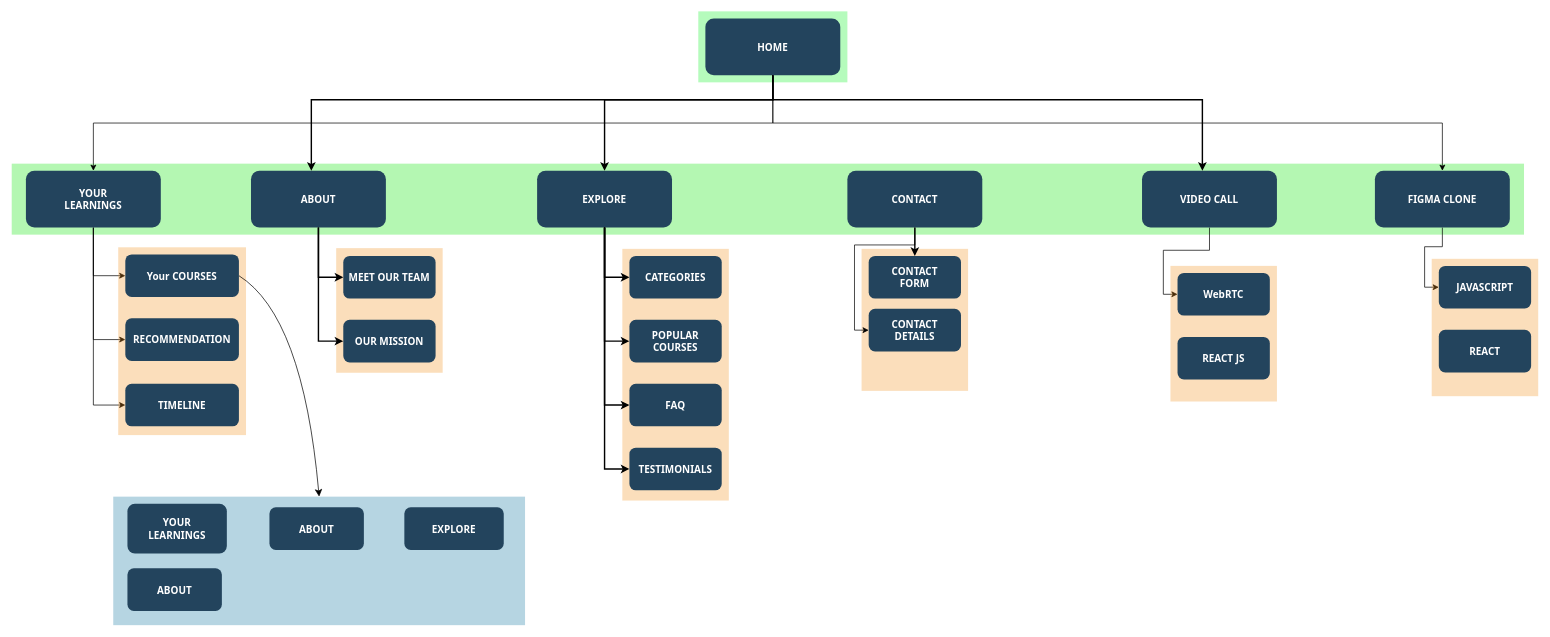
Before: Sitemap.drawio in ayush-ranjan07/DynamiX, a draw.io diagram. Source tidied: cells renumbered, new cells numbered last; positions are measured from the earlier drawing's top-left corner, leaving out a move shared by most shapes. Both pictures are drawn from the tidied source at 71%, with x=0, y=0 at pixel (11, 11).
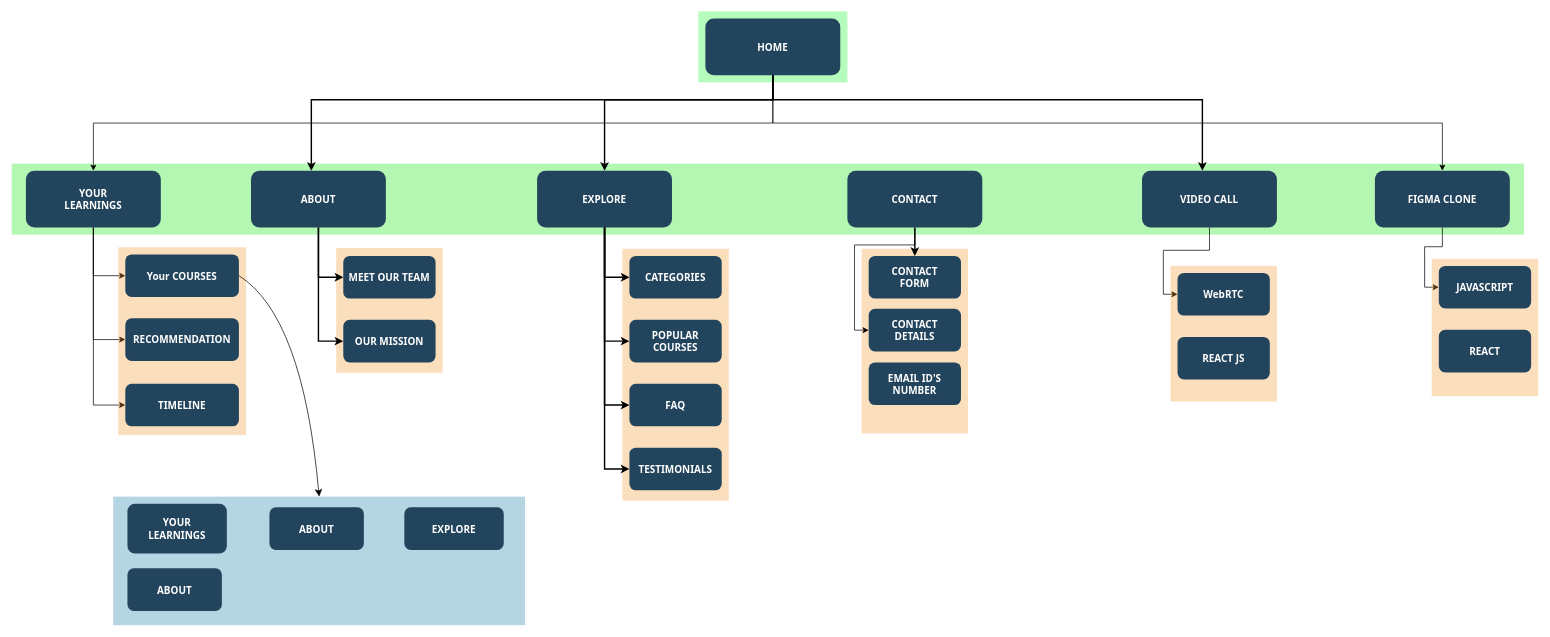
The same diagram, later.

The edit, as a diff of the source:
```diff
@@
     <mxCell id="4" style="fillColor=#F2931E;strokeColor=none;opacity=30;" parent="1" vertex="1">
-      <mxGeometry x="1197" y="334" width="150" height="200" as="geometry" />
+      <mxGeometry x="1197" y="334" width="150" height="260" as="geometry" />
     </mxCell>
@@
+    <mxCell id="57" value="EMAIL ID'S&#10;NUMBER" style="rounded=1;fillColor=#23445D;gradientColor=none;strokeColor=none;fontColor=#FFFFFF;fontStyle=1;fontFamily=Tahoma;fontSize=14;" parent="1" vertex="1">
+      <mxGeometry x="1207" y="494" width="130" height="60" as="geometry" />
+    </mxCell>
```
